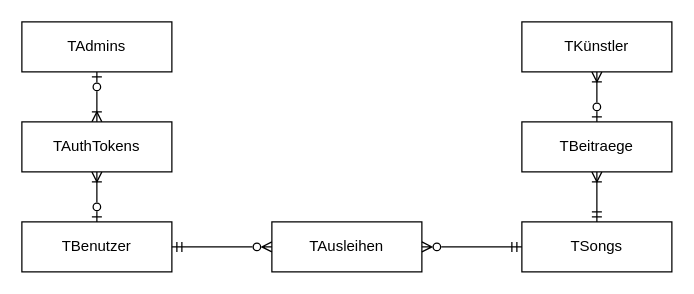
Above: diagrams/ERM.drawio in luishutterli/jukestack (draw.io), before the change. Source tidied: cells renumbered, new cells numbered last; positions are measured from the earlier drawing's top-left corner, leaving out a move shared by most shapes. Both pictures are drawn from the tidied source at 125%, with x=0, y=0 at pixel (21, 21).
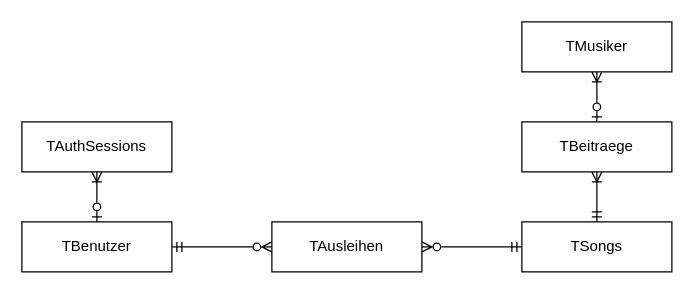
The same page after the edit.

Commit message (it also covers changes not shown here):
Updated erm and schema

Change to the diagram source:
```diff
@@
 <mxGraphModel>
   <root>
     <mxCell id="0" />
     <mxCell id="1" parent="0" />
     <mxCell id="2" value="TBenutzer" style="rounded=0;whiteSpace=wrap;html=1;" parent="1" vertex="1">
       <mxGeometry y="160" width="120" height="40" as="geometry" />
     </mxCell>
     <mxCell id="3" value="TSongs" style="rounded=0;whiteSpace=wrap;html=1;" parent="1" vertex="1">
       <mxGeometry x="400" y="160" width="120" height="40" as="geometry" />
     </mxCell>
     <mxCell id="4" value="TAusleihen" style="rounded=0;whiteSpace=wrap;html=1;" parent="1" vertex="1">
       <mxGeometry x="200" y="160" width="120" height="40" as="geometry" />
     </mxCell>
-    <mxCell id="5" style="edgeStyle=none;html=1;exitX=0.5;exitY=1;exitDx=0;exitDy=0;entryX=0.5;entryY=0;entryDx=0;entryDy=0;startArrow=ERzeroToOne;startFill=0;endArrow=ERoneToMany;endFill=0;" parent="1" edge="1" source="6" target="10">
-      <mxGeometry relative="1" as="geometry" />
-    </mxCell>
-    <mxCell id="6" value="TAdmins" style="rounded=0;whiteSpace=wrap;html=1;" parent="1" vertex="1">
-      <mxGeometry width="120" height="40" as="geometry" />
-    </mxCell>
     <mxCell id="7" style="edgeStyle=orthogonalEdgeStyle;rounded=0;jettySize=auto;html=1;exitX=1;exitY=0.5;exitDx=0;exitDy=0;entryX=0;entryY=0.5;entryDx=0;entryDy=0;endArrow=ERzeroToMany;endFill=0;startArrow=ERmandOne;startFill=0;" parent="1" edge="1" source="2" target="4">
       <mxGeometry relative="1" as="geometry" />
     </mxCell>
     <mxCell id="8" style="edgeStyle=orthogonalEdgeStyle;rounded=0;jettySize=auto;html=1;exitX=0;exitY=0.5;exitDx=0;exitDy=0;endArrow=ERzeroToMany;endFill=0;startArrow=ERmandOne;startFill=0;" parent="1" edge="1" source="3">
       <mxGeometry relative="1" as="geometry">
         <mxPoint x="320" y="180" as="targetPoint" />
       </mxGeometry>
     </mxCell>
     <mxCell id="9" style="edgeStyle=none;html=1;exitX=0.5;exitY=1;exitDx=0;exitDy=0;entryX=0.5;entryY=0;entryDx=0;entryDy=0;endArrow=ERzeroToOne;endFill=0;startArrow=ERoneToMany;startFill=0;" parent="1" edge="1" source="10" target="2">
       <mxGeometry relative="1" as="geometry" />
     </mxCell>
-    <mxCell id="10" value="TAuthTokens" style="rounded=0;whiteSpace=wrap;html=1;" parent="1" vertex="1">
+    <mxCell id="10" value="TAuthSessions" style="rounded=0;whiteSpace=wrap;html=1;" parent="1" vertex="1">
       <mxGeometry y="80" width="120" height="40" as="geometry" />
     </mxCell>
     <mxCell id="11" style="edgeStyle=none;html=1;exitX=0.5;exitY=1;exitDx=0;exitDy=0;entryX=0.5;entryY=0;entryDx=0;entryDy=0;startArrow=ERoneToMany;startFill=0;endArrow=ERzeroToOne;endFill=0;" parent="1" edge="1" source="12" target="14">
       <mxGeometry relative="1" as="geometry" />
     </mxCell>
-    <mxCell id="12" value="TKünstler" style="rounded=0;whiteSpace=wrap;html=1;" parent="1" vertex="1">
+    <mxCell id="12" value="TMusiker" style="rounded=0;whiteSpace=wrap;html=1;" parent="1" vertex="1">
       <mxGeometry x="400" width="120" height="40" as="geometry" />
     </mxCell>
     <mxCell id="13" style="edgeStyle=none;html=1;exitX=0.5;exitY=1;exitDx=0;exitDy=0;entryX=0.5;entryY=0;entryDx=0;entryDy=0;startArrow=ERoneToMany;startFill=0;endArrow=ERmandOne;endFill=0;" parent="1" edge="1" source="14" target="3">
       <mxGeometry relative="1" as="geometry" />
     </mxCell>
     <mxCell id="14" value="TBeitraege" style="rounded=0;whiteSpace=wrap;html=1;" parent="1" vertex="1">
       <mxGeometry x="400" y="80" width="120" height="40" as="geometry" />
     </mxCell>
   </root>
 </mxGraphModel>
```
